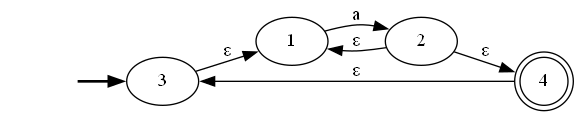
Above: Pre-laboratorio A/AFNTest7.gv.png in bar20807/CompiladorProyect (Graphviz), before the change. Its source is kept beside it as Pre-laboratorio A/AFNTest7.gv. The source it was exported from:
```dot
digraph AFNTest7 {
	graph [rankdir=LR]
	fake [style=invisible]
	fake -> 3 [style=bold]
	3 [root=true]
	1
	3 -> 1 [label="ε"]
	1
	2
	1 -> 2 [label=a]
	2
	2 -> 1 [label="ε"]
	4 [shape=doublecircle]
	2 -> 4 [label="ε"]
	4 [shape=doublecircle]
	4 -> 3 [label="ε"]
}
```
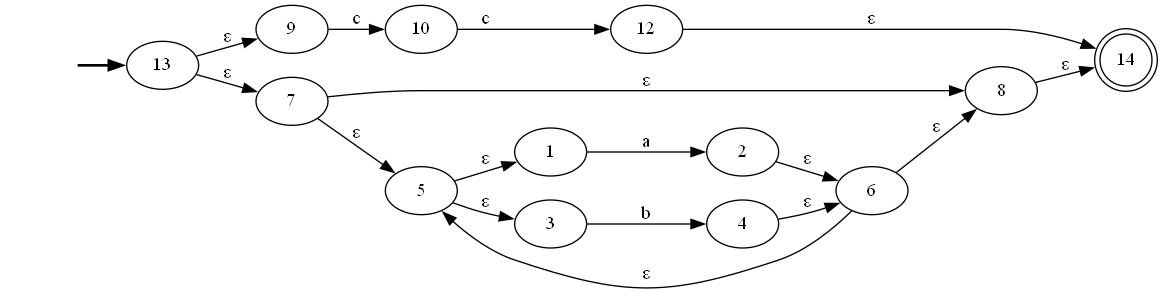
Above is the later version.

Diff of the diagram source:
```diff
@@ -1,17 +1,46 @@
 digraph AFNTest7 {
 	graph [rankdir=LR]
 	fake [style=invisible]
-	fake -> 3 [style=bold]
-	3 [root=true]
+	fake -> 13 [style=bold]
+	13 [root=true]
+	9
+	13 -> 9 [label="ε"]
+	7
+	13 -> 7 [label="ε"]
+	9
+	10
+	9 -> 10 [label=c]
+	7
+	8
+	7 -> 8 [label="ε"]
+	5
+	7 -> 5 [label="ε"]
+	10
+	12
+	10 -> 12 [label=c]
+	8
+	14 [shape=doublecircle]
+	8 -> 14 [label="ε"]
+	5
 	1
-	3 -> 1 [label="ε"]
+	5 -> 1 [label="ε"]
+	3
+	5 -> 3 [label="ε"]
+	12
+	12 -> 14 [label="ε"]
+	14 [shape=doublecircle]
 	1
 	2
 	1 -> 2 [label=a]
+	3
+	4
+	3 -> 4 [label=b]
 	2
-	2 -> 1 [label="ε"]
-	4 [shape=doublecircle]
-	2 -> 4 [label="ε"]
-	4 [shape=doublecircle]
-	4 -> 3 [label="ε"]
+	6
+	2 -> 6 [label="ε"]
+	4
+	4 -> 6 [label="ε"]
+	6
+	6 -> 8 [label="ε"]
+	6 -> 5 [label="ε"]
 }
```
